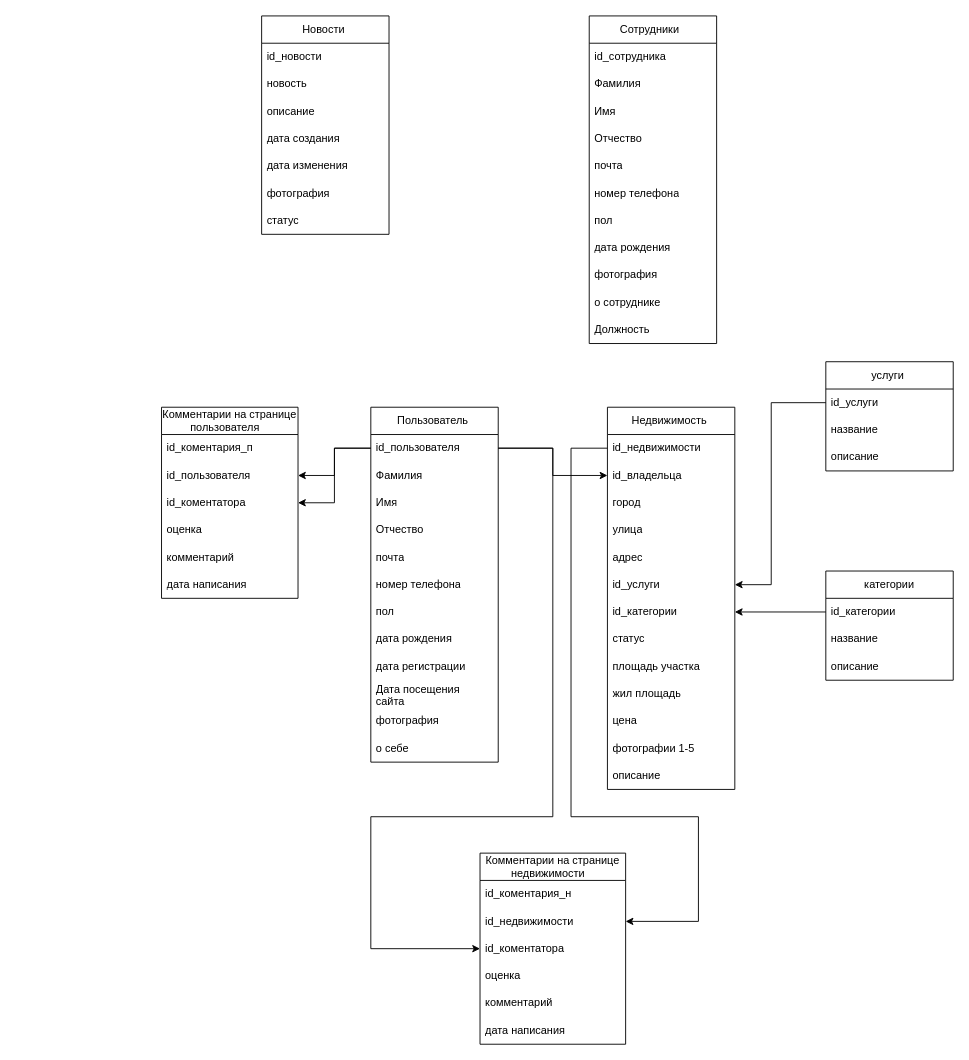
The draw.io diagram Диаграмма без названия.drawio in alexkhub/website, before the edit. Source tidied: cells renumbered, new cells numbered last; positions are measured from the earlier drawing's top-left corner, leaving out a move shared by most shapes. Both pictures are drawn from the tidied source at 91%, with x=0, y=0 at pixel (161, 15).
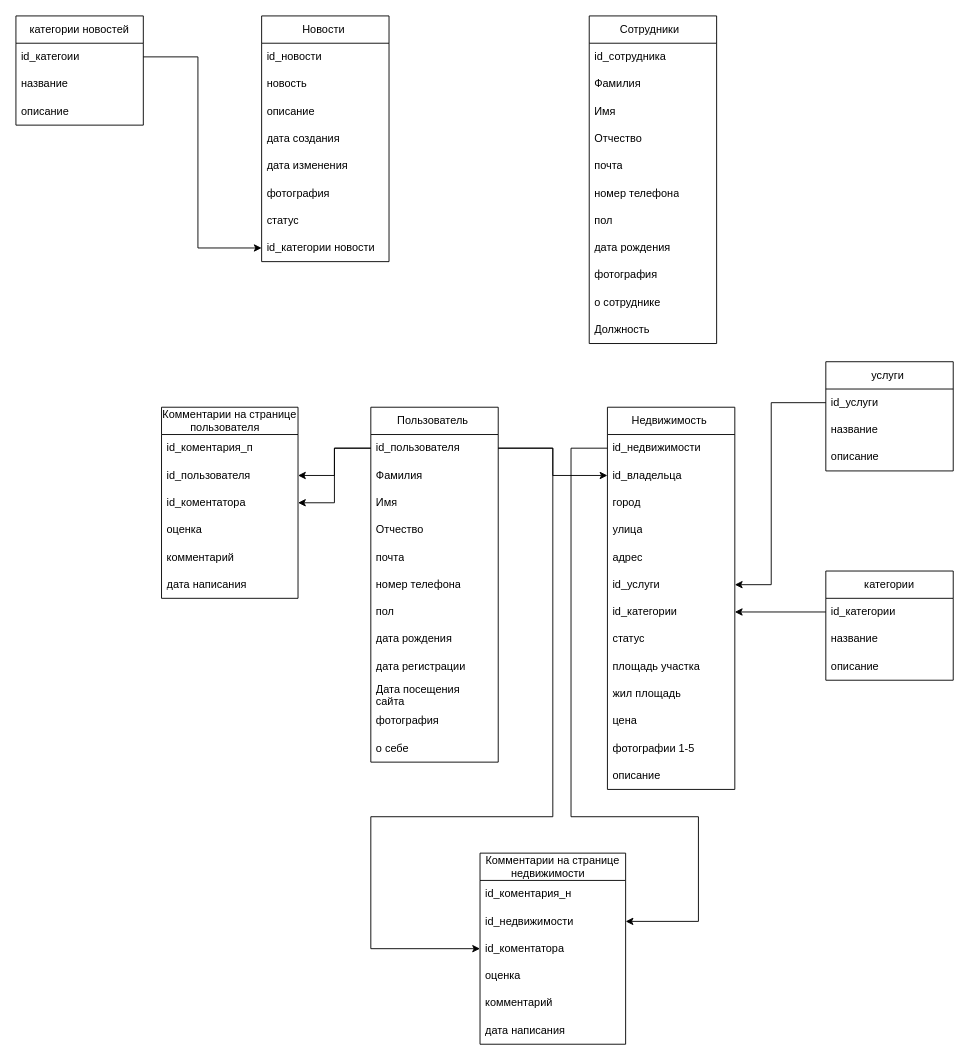
The same diagram, later.

What changed in the source:
```diff
@@
     <mxCell id="58" value="Новости&amp;nbsp;" style="swimlane;fontStyle=0;horizontal=1;startSize=30;whiteSpace=wrap;html=1;" parent="1" vertex="1">
-      <mxGeometry x="110" width="140" height="240" as="geometry" />
+      <mxGeometry x="110" width="140" height="270" as="geometry" />
     </mxCell>
@@
+    <mxCell id="78" value="id_категории новости" style="text;strokeColor=none;fillColor=none;align=left;verticalAlign=middle;spacingLeft=4;spacingRight=4;overflow=hidden;points=[[0,0.5],[1,0.5]];portConstraint=eastwest;whiteSpace=wrap;html=1;" parent="58" vertex="1">
+      <mxGeometry y="240" width="140" height="30" as="geometry" />
+    </mxCell>
@@
+    <mxCell id="79" value="категории новостей " style="swimlane;fontStyle=0;horizontal=1;startSize=30;whiteSpace=wrap;html=1;" parent="1" vertex="1">
+      <mxGeometry x="-160" width="140" height="120" as="geometry" />
+    </mxCell>
+    <mxCell id="80" value="id_категоии" style="text;strokeColor=none;fillColor=none;align=left;verticalAlign=middle;spacingLeft=4;spacingRight=4;overflow=hidden;points=[[0,0.5],[1,0.5]];portConstraint=eastwest;whiteSpace=wrap;html=1;" parent="79" vertex="1">
+      <mxGeometry y="30" width="140" height="30" as="geometry" />
+    </mxCell>
+    <mxCell id="81" value="название " style="text;strokeColor=none;fillColor=none;align=left;verticalAlign=middle;spacingLeft=4;spacingRight=4;overflow=hidden;whiteSpace=wrap;html=1;" parent="79" vertex="1">
+      <mxGeometry y="60" width="140" height="30" as="geometry" />
+    </mxCell>
+    <mxCell id="82" value="описание " style="text;strokeColor=none;fillColor=none;align=left;verticalAlign=middle;spacingLeft=4;spacingRight=4;overflow=hidden;whiteSpace=wrap;html=1;" parent="79" vertex="1">
+      <mxGeometry y="90" width="140" height="30" as="geometry" />
+    </mxCell>
+    <mxCell id="83" style="endArrow=classic;html=1;rounded=0;exitX=1;exitY=0.5;exitDx=0;exitDy=0;entryX=0;entryY=0.5;entryDx=0;entryDy=0;" parent="1" edge="1" source="80" target="78">
+      <mxGeometry relative="1" as="geometry">
+        <Array as="points">
+          <mxPoint x="40" y="45" />
+          <mxPoint x="40" y="255" />
+        </Array>
+      </mxGeometry>
+    </mxCell>
```
